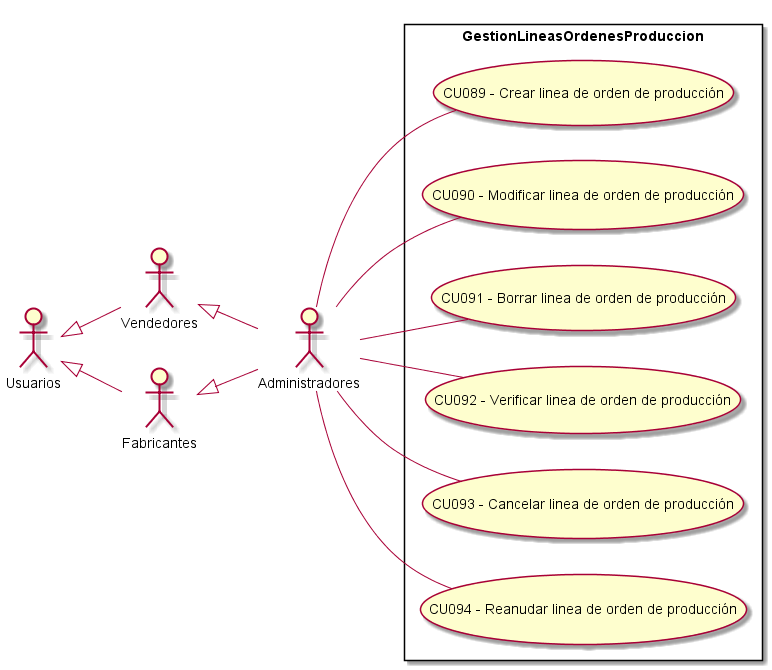
Above: Informe Final/Imagenes/ModeladoDeCasosDeUso/DiagramaDeCasosDeUso/GestionLineasOrdenesProduccion.png in ZMGestion/DocumentacionZMGestion (PlantUML), before the change.
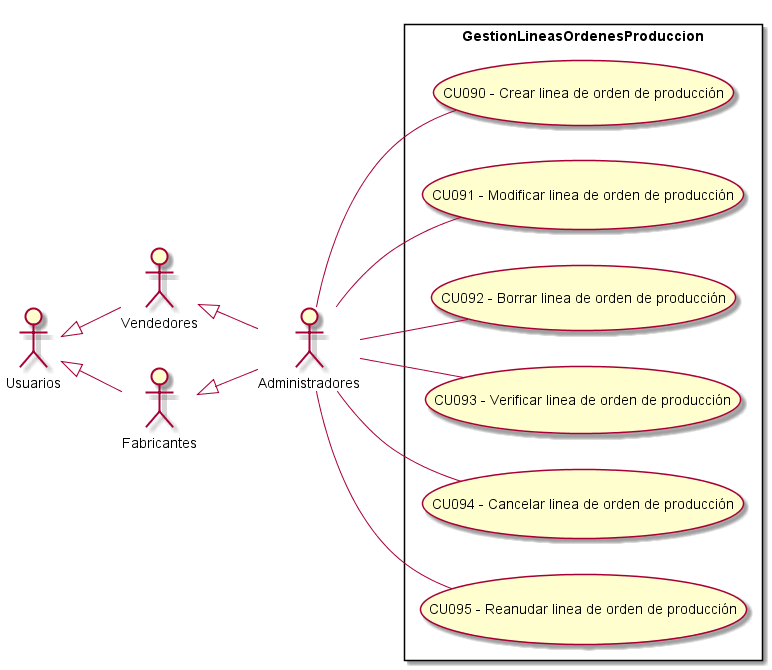
After the commit.

Change to the diagram source:
```diff
@@ -13,12 +13,12 @@
  left to right direction
 
 rectangle GestionLineasOrdenesProduccion{
-    UseCase "CU089 - Crear linea de orden de producción" as C
-    UseCase "CU090 - Modificar linea de orden de producción" as M
-    UseCase "CU091 - Borrar linea de orden de producción" as B
-    UseCase "CU092 - Verificar linea de orden de producción" as Verificar
-    UseCase "CU093 - Cancelar linea de orden de producción" as Cancelar
-    UseCase "CU094 - Reanudar linea de orden de producción" as Reanudar
+    UseCase "CU090 - Crear linea de orden de producción" as C
+    UseCase "CU091 - Modificar linea de orden de producción" as M
+    UseCase "CU092 - Borrar linea de orden de producción" as B
+    UseCase "CU093 - Verificar linea de orden de producción" as Verificar
+    UseCase "CU094 - Cancelar linea de orden de producción" as Cancelar
+    UseCase "CU095 - Reanudar linea de orden de producción" as Reanudar
 }
     Administradores -- C
     Administradores -- Verificar
```
